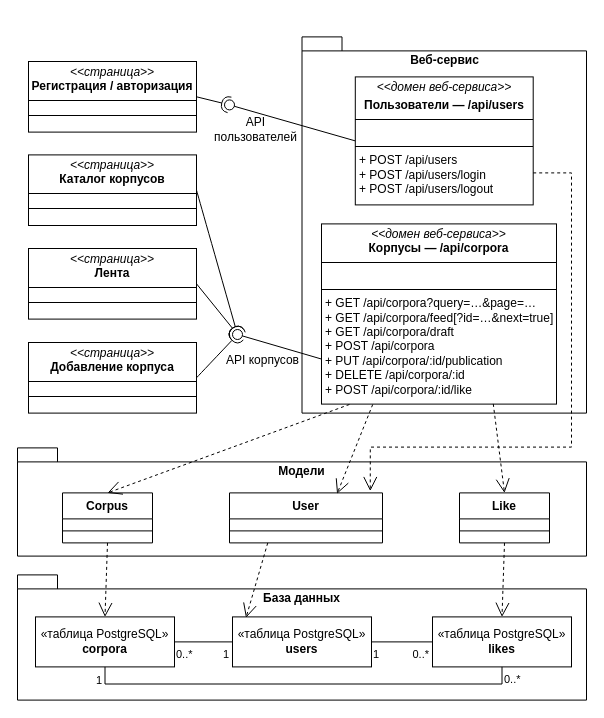
Earlier version of the draw.io diagram page "ЛР3 — диаграмма классов" (1 of 2) of docs/lab3/classes.drawio (MrDuckVC/rip-attributor-backend-BMSTU). Source tidied: cells renumbered, new cells numbered last; positions are measured from the earlier drawing's top-left corner, leaving out a move shared by most shapes. Both pictures are drawn from the tidied source at 100%, with x=0, y=0 at pixel (17, 36).
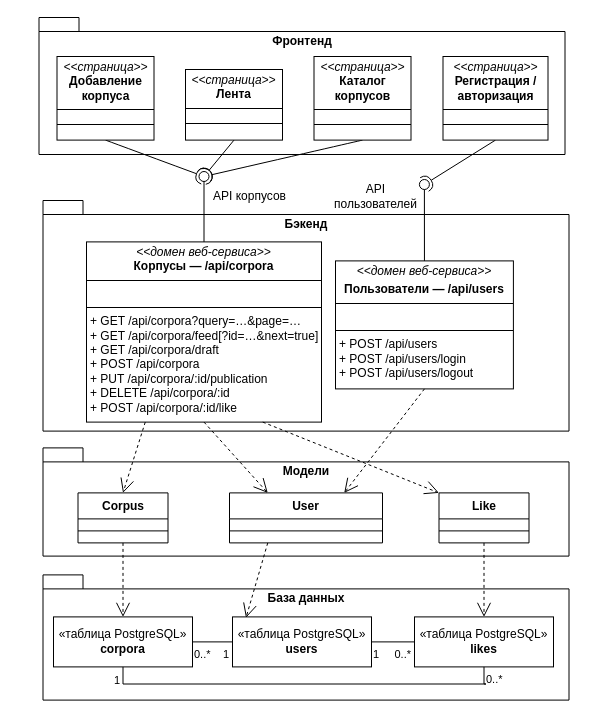
The same page after the edit.

Unchanged cells that the change refers to:
```xml
<mxCell id="21" value="User" style="swimlane;fontStyle=1;align=center;verticalAlign=top;horizontal=1;startSize=26;whiteSpace=wrap;html=1;" parent="1" vertex="1">
  <mxGeometry x="212" y="456.4" width="153" height="50" as="geometry" />
</mxCell>
```

Diff of the diagram source:
```diff
@@
+    <mxCell id="55" value="Фронтенд" style="shape=folder;fontStyle=1;spacingTop=10;tabWidth=40;tabHeight=14;tabPosition=left;html=1;whiteSpace=wrap;verticalAlign=top;" parent="1" vertex="1">
+      <mxGeometry x="21.5" y="-19" width="526" height="137" as="geometry" />
+    </mxCell>
-    <mxCell id="2" value="Веб-сервис" style="shape=folder;fontStyle=1;spacingTop=10;tabWidth=40;tabHeight=14;tabPosition=left;html=1;whiteSpace=wrap;verticalAlign=top;" parent="1" vertex="1">
-      <mxGeometry x="284.5" y="0.4" width="284.5" height="376.2" as="geometry" />
+    <mxCell id="2" value="Бэкенд" style="shape=folder;fontStyle=1;spacingTop=10;tabWidth=40;tabHeight=14;tabPosition=left;html=1;whiteSpace=wrap;verticalAlign=top;" parent="1" vertex="1">
+      <mxGeometry x="25.5" y="164" width="526" height="230.6" as="geometry" />
     </mxCell>
     <mxCell id="3" value="Модели" style="shape=folder;fontStyle=1;spacingTop=10;tabWidth=40;tabHeight=14;tabPosition=left;html=1;whiteSpace=wrap;verticalAlign=top;" parent="1" vertex="1">
-      <mxGeometry y="411.4" width="569" height="108.2" as="geometry" />
+      <mxGeometry x="25.5" y="411.4" width="526" height="108.2" as="geometry" />
     </mxCell>
     <mxCell id="4" value="База данных" style="shape=folder;fontStyle=1;spacingTop=10;tabWidth=40;tabHeight=14;tabPosition=left;html=1;whiteSpace=wrap;verticalAlign=top;" parent="1" vertex="1">
-      <mxGeometry y="538.4" width="569" height="125.2" as="geometry" />
+      <mxGeometry x="25.5" y="538.4" width="526" height="125.2" as="geometry" />
     </mxCell>
     <mxCell id="5" value="«таблица PostgreSQL»&lt;br&gt;&lt;b&gt;corpora&lt;/b&gt;" style="html=1;whiteSpace=wrap;" parent="1" vertex="1">
-      <mxGeometry x="18" y="580.4" width="139" height="50" as="geometry" />
+      <mxGeometry x="36" y="580.4" width="139" height="50" as="geometry" />
     </mxCell>
@@
     <mxCell id="7" value="«таблица PostgreSQL»&lt;br&gt;&lt;b&gt;likes&lt;/b&gt;" style="html=1;whiteSpace=wrap;" parent="1" vertex="1">
-      <mxGeometry x="415" y="580.4" width="139" height="50" as="geometry" />
+      <mxGeometry x="397" y="580.4" width="139" height="50" as="geometry" />
     </mxCell>
@@
     <mxCell id="17" value="Corpus" style="swimlane;fontStyle=1;align=center;verticalAlign=top;horizontal=1;startSize=26;whiteSpace=wrap;html=1;" parent="1" vertex="1">
-      <mxGeometry x="45" y="456.4" width="90" height="50" as="geometry" />
+      <mxGeometry x="60.5" y="456.4" width="90" height="50" as="geometry" />
     </mxCell>
@@
     <mxCell id="25" value="Like" style="swimlane;fontStyle=1;align=center;verticalAlign=top;horizontal=1;startSize=26;whiteSpace=wrap;html=1;" parent="1" vertex="1">
-      <mxGeometry x="442" y="456.4" width="90" height="50" as="geometry" />
+      <mxGeometry x="421.5" y="456.4" width="90" height="50" as="geometry" />
     </mxCell>
@@
     <mxCell id="32" value="&lt;p style=&quot;margin:0px;margin-top:4px;text-align:center;&quot;&gt;&lt;i&gt;&amp;lt;&amp;lt;домен веб-сервиса&amp;gt;&amp;gt;&lt;/i&gt;&lt;br&gt;&lt;b&gt;Корпусы — /api/corpora&lt;/b&gt;&lt;/p&gt;&lt;hr size=&quot;1&quot; style=&quot;border-style:solid;&quot;&gt;&lt;p style=&quot;margin: 0px 0px 0px 4px;&quot;&gt;&lt;br&gt;&lt;/p&gt;&lt;hr size=&quot;1&quot; style=&quot;border-style:solid;&quot;&gt;&lt;p style=&quot;margin:0px;margin-left:4px;&quot;&gt;+ GET /api/corpora?query=…&amp;amp;page=…&lt;/p&gt;&lt;p style=&quot;margin:0px;margin-left:4px;&quot;&gt;+ GET /api/corpora/feed[?id=…&amp;amp;next=true]&lt;/p&gt;&lt;p style=&quot;margin:0px;margin-left:4px;&quot;&gt;+ GET /api/corpora/draft&lt;/p&gt;&lt;p style=&quot;margin:0px;margin-left:4px;&quot;&gt;+ POST /api/corpora&lt;/p&gt;&lt;p style=&quot;margin:0px;margin-left:4px;&quot;&gt;+ PUT /api/corpora/:id/publication&lt;/p&gt;&lt;p style=&quot;margin:0px;margin-left:4px;&quot;&gt;+ DELETE /api/corpora/:id&lt;/p&gt;&lt;p style=&quot;margin:0px;margin-left:4px;&quot;&gt;+ POST /api/corpora/:id/like&lt;/p&gt;" style="verticalAlign=top;align=left;overflow=fill;html=1;whiteSpace=wrap;" parent="1" vertex="1">
-      <mxGeometry x="304" y="187.4" width="235" height="180.2" as="geometry" />
+      <mxGeometry x="69" y="205.4" width="235" height="180.2" as="geometry" />
     </mxCell>
     <mxCell id="33" value="&lt;p style=&quot;margin:0px;margin-top:4px;text-align:center;&quot;&gt;&lt;i&gt;&amp;lt;&amp;lt;&lt;/i&gt;&lt;span style=&quot;background-color: transparent;&quot;&gt;&lt;i&gt;домен веб-сервиса&lt;/i&gt;&lt;/span&gt;&lt;i style=&quot;background-color: transparent; color: light-dark(rgb(0, 0, 0), rgb(255, 255, 255));&quot;&gt;&amp;gt;&amp;gt;&lt;/i&gt;&lt;/p&gt;&lt;p style=&quot;margin:0px;margin-top:4px;text-align:center;&quot;&gt;&lt;b&gt;Пользователи — /api/users&lt;/b&gt;&lt;/p&gt;&lt;hr size=&quot;1&quot; style=&quot;border-style:solid;&quot;&gt;&lt;p style=&quot;margin:0px;margin-left:4px;&quot;&gt;&lt;br&gt;&lt;/p&gt;&lt;hr size=&quot;1&quot; style=&quot;border-style:solid;&quot;&gt;&lt;p style=&quot;margin:0px;margin-left:4px;&quot;&gt;+ POST /api/users&lt;/p&gt;&lt;p style=&quot;margin:0px;margin-left:4px;&quot;&gt;+ POST /api/users/login&lt;/p&gt;&lt;p style=&quot;margin:0px;margin-left:4px;&quot;&gt;+ POST /api/users/logout&lt;/p&gt;" style="verticalAlign=top;align=left;overflow=fill;html=1;whiteSpace=wrap;" parent="1" vertex="1">
-      <mxGeometry x="337.8" y="40.4" width="177.9" height="128" as="geometry" />
+      <mxGeometry x="318" y="224.4" width="177.9" height="128" as="geometry" />
     </mxCell>
-    <mxCell id="34" style="endArrow=open;endSize=12;dashed=1;html=1;rounded=0;exitX=0.119;exitY=1.002;exitDx=0;exitDy=0;entryX=0.5;entryY=0;entryDx=0;entryDy=0;exitPerimeter=0;" parent="1" edge="1" source="32" target="17">
+    <mxCell id="34" style="endArrow=open;endSize=12;dashed=1;html=1;rounded=0;exitX=0.25;exitY=1;exitDx=0;exitDy=0;entryX=0.5;entryY=0;entryDx=0;entryDy=0;" parent="1" edge="1" source="32" target="17">
       <mxGeometry relative="1" as="geometry" />
     </mxCell>
-    <mxCell id="35" style="endArrow=open;endSize=12;dashed=1;html=1;rounded=0;exitX=0.731;exitY=0.999;exitDx=0;exitDy=0;entryX=0.5;entryY=0;entryDx=0;entryDy=0;exitPerimeter=0;" parent="1" edge="1" source="32" target="25">
+    <mxCell id="35" style="endArrow=open;endSize=12;dashed=1;html=1;rounded=0;exitX=0.75;exitY=1;exitDx=0;exitDy=0;entryX=0;entryY=0;entryDx=0;entryDy=0;" parent="1" edge="1" source="32" target="25">
       <mxGeometry relative="1" as="geometry" />
     </mxCell>
-    <mxCell id="36" style="endArrow=open;endSize=12;dashed=1;html=1;rounded=0;exitX=0.218;exitY=1.002;exitDx=0;exitDy=0;entryX=0.703;entryY=0.018;entryDx=0;entryDy=0;entryPerimeter=0;exitPerimeter=0;" parent="1" edge="1" source="32" target="21">
+    <mxCell id="36" style="endArrow=open;endSize=12;dashed=1;html=1;rounded=0;exitX=0.5;exitY=1;exitDx=0;exitDy=0;entryX=0.25;entryY=0;entryDx=0;entryDy=0;" parent="1" edge="1" source="32" target="21">
       <mxGeometry relative="1" as="geometry" />
     </mxCell>
-    <mxCell id="37" style="endArrow=open;endSize=12;dashed=1;html=1;rounded=0;exitX=1;exitY=0.75;exitDx=0;exitDy=0;entryX=0.92;entryY=-0.037;entryDx=0;entryDy=0;edgeStyle=orthogonalEdgeStyle;entryPerimeter=0;" parent="1" edge="1" source="33" target="21">
-      <mxGeometry x="-0.07" relative="1" as="geometry">
-        <Array as="points">
-          <mxPoint x="554" y="136.4" />
-          <mxPoint x="554" y="410.6" />
-          <mxPoint x="352.8" y="410.6" />
-        </Array>
-      </mxGeometry>
+    <mxCell id="37" style="endArrow=open;endSize=12;dashed=1;html=1;rounded=0;exitX=0.5;exitY=1;exitDx=0;exitDy=0;entryX=0.75;entryY=0;entryDx=0;entryDy=0;" parent="1" edge="1" source="33" target="21">
+      <mxGeometry x="-0.07" relative="1" as="geometry" />
     </mxCell>
-    <mxCell id="38" style="ellipse;whiteSpace=wrap;html=1;align=center;fillColor=none;strokeColor=none;perimeter=centerPerimeter;" parent="1" vertex="1">
-      <mxGeometry x="220" y="96.4" width="10" height="10" as="geometry" />
-    </mxCell>
-    <mxCell id="39" style="rounded=0;jettySize=auto;html=1;endArrow=halfCircle;endFill=0;endSize=6;strokeWidth=1;sketch=0;exitX=1;exitY=0.5;exitDx=0;exitDy=0;" parent="1" edge="1" source="52" target="41">
+    <mxCell id="39" style="rounded=0;jettySize=auto;html=1;endArrow=halfCircle;endFill=0;endSize=6;strokeWidth=1;sketch=0;exitX=0.5;exitY=1;exitDx=0;exitDy=0;" parent="1" edge="1" source="52" target="41">
       <mxGeometry relative="1" as="geometry" />
     </mxCell>
-    <mxCell id="40" style="rounded=0;jettySize=auto;html=1;endArrow=oval;endFill=0;sketch=0;sourcePerimeterSpacing=0;targetPerimeterSpacing=0;endSize=10;entryX=0.604;entryY=0.741;entryDx=0;entryDy=0;entryPerimeter=0;exitX=0;exitY=0.75;exitDx=0;exitDy=0;" parent="1" edge="1" source="32" target="41">
+    <mxCell id="40" style="rounded=0;jettySize=auto;html=1;endArrow=oval;endFill=0;sketch=0;sourcePerimeterSpacing=0;targetPerimeterSpacing=0;endSize=10;entryX=0.604;entryY=0.741;entryDx=0;entryDy=0;entryPerimeter=0;exitX=0.5;exitY=0;exitDx=0;exitDy=0;" parent="1" edge="1" source="32" target="41">
       <mxGeometry relative="1" as="geometry" />
     </mxCell>
     <mxCell id="41" style="ellipse;whiteSpace=wrap;html=1;align=center;fillColor=none;strokeColor=none;perimeter=centerPerimeter;points=[];outlineConnect=1;" parent="1" vertex="1">
-      <mxGeometry x="215" y="293" width="10" height="10" as="geometry" />
+      <mxGeometry x="181.5" y="135" width="10" height="10" as="geometry" />
     </mxCell>
-    <mxCell id="42" style="rounded=0;jettySize=auto;html=1;endArrow=halfCircle;endFill=0;endSize=6;strokeWidth=1;sketch=0;fontSize=12;curved=1;exitX=1;exitY=0.5;exitDx=0;exitDy=0;" parent="1" edge="1" source="53" target="41">
+    <mxCell id="42" style="rounded=0;jettySize=auto;html=1;endArrow=halfCircle;endFill=0;endSize=6;strokeWidth=1;sketch=0;fontSize=12;curved=1;exitX=0.5;exitY=1;exitDx=0;exitDy=0;" parent="1" edge="1" source="53" target="41">
       <mxGeometry relative="1" as="geometry" />
     </mxCell>
     <mxCell id="43" style="ellipse;whiteSpace=wrap;html=1;align=center;fillColor=none;strokeColor=none;perimeter=centerPerimeter;" parent="1" vertex="1">
-      <mxGeometry x="212" y="265.4" width="10" height="10" as="geometry" />
+      <mxGeometry x="212" y="283.4" width="10" height="10" as="geometry" />
     </mxCell>
-    <mxCell id="44" style="rounded=0;jettySize=auto;html=1;endArrow=halfCircle;endFill=0;endSize=6;strokeWidth=1;sketch=0;fontSize=12;curved=1;exitX=1;exitY=0.5;exitDx=0;exitDy=0;" parent="1" edge="1" source="51" target="41">
+    <mxCell id="44" style="rounded=0;jettySize=auto;html=1;endArrow=halfCircle;endFill=0;endSize=6;strokeWidth=1;sketch=0;fontSize=12;curved=1;exitX=0.5;exitY=1;exitDx=0;exitDy=0;" parent="1" edge="1" source="51" target="41">
       <mxGeometry relative="1" as="geometry" />
     </mxCell>
     <mxCell id="45" style="ellipse;whiteSpace=wrap;html=1;align=center;fillColor=none;strokeColor=none;perimeter=centerPerimeter;" parent="1" vertex="1">
-      <mxGeometry x="190" y="170.4" width="10" height="10" as="geometry" />
+      <mxGeometry x="190" y="188.4" width="10" height="10" as="geometry" />
     </mxCell>
-    <mxCell id="46" style="rounded=0;jettySize=auto;html=1;endArrow=halfCircle;endFill=0;endSize=6;strokeWidth=1;sketch=0;exitX=1;exitY=0.5;exitDx=0;exitDy=0;" parent="1" edge="1" source="54" target="48">
+    <mxCell id="46" style="rounded=0;jettySize=auto;html=1;endArrow=halfCircle;endFill=0;endSize=6;strokeWidth=1;sketch=0;exitX=0.5;exitY=1;exitDx=0;exitDy=0;" parent="1" edge="1" source="54" target="48">
       <mxGeometry relative="1" as="geometry" />
     </mxCell>
-    <mxCell id="47" style="rounded=0;jettySize=auto;html=1;endArrow=oval;endFill=0;sketch=0;sourcePerimeterSpacing=0;targetPerimeterSpacing=0;endSize=10;exitX=0;exitY=0.5;exitDx=0;exitDy=0;" parent="1" edge="1" source="33" target="48">
+    <mxCell id="47" style="rounded=0;jettySize=auto;html=1;endArrow=oval;endFill=0;sketch=0;sourcePerimeterSpacing=0;targetPerimeterSpacing=0;endSize=10;exitX=0.5;exitY=0;exitDx=0;exitDy=0;" parent="1" edge="1" source="33" target="48">
       <mxGeometry relative="1" as="geometry" />
     </mxCell>
     <mxCell id="48" style="ellipse;whiteSpace=wrap;html=1;align=center;fillColor=none;strokeColor=none;perimeter=centerPerimeter;points=[];outlineConnect=1;" parent="1" vertex="1">
-      <mxGeometry x="207" y="63.4" width="10" height="10" as="geometry" />
+      <mxGeometry x="401.9" y="143" width="10" height="10" as="geometry" />
     </mxCell>
     <mxCell id="49" value="&lt;span style=&quot;font-weight: normal;&quot;&gt;API корпусов&lt;/span&gt;" style="text;align=center;fontStyle=1;verticalAlign=middle;spacingLeft=3;spacingRight=3;strokeColor=none;html=1;" parent="1" vertex="1">
-      <mxGeometry x="205" y="311" width="80" height="26" as="geometry" />
+      <mxGeometry x="191.5" y="147" width="80" height="26" as="geometry" />
     </mxCell>
     <mxCell id="50" value="&lt;div&gt;&lt;span style=&quot;font-weight: 400;&quot;&gt;API&lt;/span&gt;&lt;/div&gt;&lt;div&gt;&lt;span style=&quot;font-weight: 400;&quot;&gt;пользователей&lt;/span&gt;&lt;/div&gt;" style="text;align=center;fontStyle=1;verticalAlign=middle;spacingLeft=3;spacingRight=3;strokeColor=none;html=1;" parent="1" vertex="1">
-      <mxGeometry x="198" y="80.4" width="80" height="26" as="geometry" />
+      <mxGeometry x="318" y="147" width="80" height="26" as="geometry" />
     </mxCell>
     <mxCell id="51" value="&lt;p style=&quot;margin: 4px 0px 0px; text-align: center;&quot;&gt;&lt;i&gt;&amp;lt;&amp;lt;страница&amp;gt;&amp;gt;&lt;/i&gt;&lt;br&gt;&lt;b&gt;Каталог корпусов&lt;/b&gt;&lt;/p&gt;&lt;hr size=&quot;1&quot; style=&quot;border-style: solid;&quot;&gt;&lt;div style=&quot;height: 2px;&quot;&gt;&lt;/div&gt;&lt;hr size=&quot;1&quot; style=&quot;border-style: solid;&quot;&gt;" style="verticalAlign=top;align=left;overflow=fill;html=1;whiteSpace=wrap;" parent="1" vertex="1">
-      <mxGeometry x="11" y="118.4" width="168" height="70.6" as="geometry" />
+      <mxGeometry x="296.5" y="20" width="97" height="83.6" as="geometry" />
     </mxCell>
     <mxCell id="52" value="&lt;p style=&quot;margin: 4px 0px 0px; text-align: center;&quot;&gt;&lt;i&gt;&amp;lt;&amp;lt;страница&amp;gt;&amp;gt;&lt;/i&gt;&lt;br&gt;&lt;b&gt;Лента&lt;/b&gt;&lt;/p&gt;&lt;hr size=&quot;1&quot; style=&quot;border-style: solid;&quot;&gt;&lt;div style=&quot;height: 2px;&quot;&gt;&lt;/div&gt;&lt;hr size=&quot;1&quot; style=&quot;border-style: solid;&quot;&gt;" style="verticalAlign=top;align=left;overflow=fill;html=1;whiteSpace=wrap;" parent="1" vertex="1">
-      <mxGeometry x="11" y="212" width="168" height="70.6" as="geometry" />
+      <mxGeometry x="168" y="33" width="97" height="70.6" as="geometry" />
     </mxCell>
     <mxCell id="53" value="&lt;p style=&quot;margin: 4px 0px 0px; text-align: center;&quot;&gt;&lt;i&gt;&amp;lt;&amp;lt;страница&amp;gt;&amp;gt;&lt;/i&gt;&lt;br&gt;&lt;b&gt;Добавление корпуса&lt;/b&gt;&lt;/p&gt;&lt;hr size=&quot;1&quot; style=&quot;border-style: solid;&quot;&gt;&lt;div style=&quot;height: 2px;&quot;&gt;&lt;/div&gt;&lt;hr size=&quot;1&quot; style=&quot;border-style: solid;&quot;&gt;" style="verticalAlign=top;align=left;overflow=fill;html=1;whiteSpace=wrap;" parent="1" vertex="1">
-      <mxGeometry x="11" y="306" width="168" height="70.6" as="geometry" />
+      <mxGeometry x="39.5" y="20" width="97" height="83.6" as="geometry" />
     </mxCell>
     <mxCell id="54" value="&lt;p style=&quot;margin: 4px 0px 0px; text-align: center;&quot;&gt;&lt;i&gt;&amp;lt;&amp;lt;страница&amp;gt;&amp;gt;&lt;/i&gt;&lt;br&gt;&lt;b&gt;Регистрация / авторизация&lt;/b&gt;&lt;/p&gt;&lt;hr size=&quot;1&quot; style=&quot;border-style: solid;&quot;&gt;&lt;div style=&quot;height: 2px;&quot;&gt;&lt;/div&gt;&lt;hr size=&quot;1&quot; style=&quot;border-style: solid;&quot;&gt;" style="verticalAlign=top;align=left;overflow=fill;html=1;whiteSpace=wrap;" parent="1" vertex="1">
-      <mxGeometry x="11" y="25" width="168" height="70.6" as="geometry" />
+      <mxGeometry x="425.5" y="20" width="105" height="83.6" as="geometry" />
     </mxCell>
```
